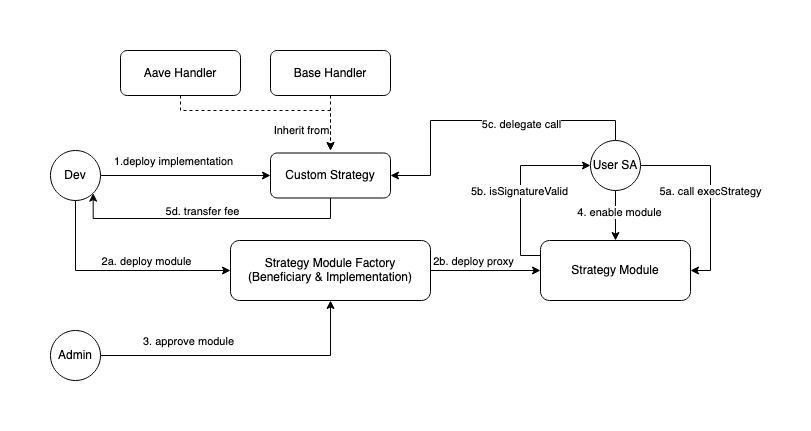
Earlier version of the draw.io export defi-strategies/Strategy Module.drawio.png (Unhosted-Wallet/unhosted-modules). Source tidied: cells renumbered, new cells last; positions are measured from the earlier drawing's top-left corner, leaving out a move shared by most shapes. Source of this version:
```xml
<mxGraphModel>
  <root>
    <mxCell id="0" />
    <mxCell id="1" parent="0" />
    <mxCell id="2" style="edgeStyle=orthogonalEdgeStyle;rounded=0;jettySize=auto;html=1;entryX=0;entryY=0.5;entryDx=0;entryDy=0;" parent="1" edge="1" source="6" target="9">
      <mxGeometry relative="1" as="geometry" />
    </mxCell>
    <mxCell id="3" value="1.deploy implementation" style="edgeLabel;html=1;align=center;verticalAlign=middle;" parent="2" vertex="1">
      <mxGeometry x="-0.2" y="-2" relative="1" as="geometry">
        <mxPoint x="4" y="-17" as="offset" />
      </mxGeometry>
    </mxCell>
    <mxCell id="4" style="edgeStyle=orthogonalEdgeStyle;rounded=0;jettySize=auto;html=1;entryX=0;entryY=0.5;entryDx=0;entryDy=0;exitX=0.5;exitY=1;exitDx=0;exitDy=0;" parent="1" edge="1" source="6" target="17">
      <mxGeometry relative="1" as="geometry" />
    </mxCell>
    <mxCell id="5" value="&lt;div&gt;2a. deploy module&lt;/div&gt;" style="edgeLabel;html=1;align=center;verticalAlign=middle;" parent="4" vertex="1">
      <mxGeometry x="0.51" y="-2" relative="1" as="geometry">
        <mxPoint x="-30" y="-12" as="offset" />
      </mxGeometry>
    </mxCell>
    <mxCell id="6" value="Dev" style="ellipse;whiteSpace=wrap;html=1;" parent="1" vertex="1">
      <mxGeometry y="100" width="50" height="50" as="geometry" />
    </mxCell>
    <mxCell id="7" style="edgeStyle=orthogonalEdgeStyle;rounded=0;jettySize=auto;html=1;entryX=1;entryY=1;entryDx=0;entryDy=0;exitX=0.5;exitY=1;exitDx=0;exitDy=0;" parent="1" edge="1" source="9" target="6">
      <mxGeometry relative="1" as="geometry">
        <Array as="points">
          <mxPoint x="280" y="168" />
          <mxPoint x="43" y="168" />
        </Array>
      </mxGeometry>
    </mxCell>
    <mxCell id="8" value="5d. transfer fee" style="edgeLabel;html=1;align=center;verticalAlign=middle;" parent="7" vertex="1">
      <mxGeometry x="0.06" y="3" relative="1" as="geometry">
        <mxPoint x="1" y="-11" as="offset" />
      </mxGeometry>
    </mxCell>
    <mxCell id="9" value="Custom Strategy" style="rounded=1;whiteSpace=wrap;html=1;" parent="1" vertex="1">
      <mxGeometry x="220" y="102.5" width="120" height="45" as="geometry" />
    </mxCell>
    <mxCell id="10" style="edgeStyle=orthogonalEdgeStyle;rounded=0;jettySize=auto;html=1;dashed=1;" parent="1" edge="1" source="12">
      <mxGeometry relative="1" as="geometry">
        <mxPoint x="280" y="100" as="targetPoint" />
      </mxGeometry>
    </mxCell>
    <mxCell id="11" value="Inherit from" style="edgeLabel;html=1;align=center;verticalAlign=middle;" parent="10" vertex="1">
      <mxGeometry x="0.01" y="5" relative="1" as="geometry">
        <mxPoint x="-35" y="7" as="offset" />
      </mxGeometry>
    </mxCell>
    <mxCell id="12" value="Base Handler" style="rounded=1;whiteSpace=wrap;html=1;" parent="1" vertex="1">
      <mxGeometry x="220" width="120" height="45" as="geometry" />
    </mxCell>
    <mxCell id="13" style="edgeStyle=orthogonalEdgeStyle;rounded=0;jettySize=auto;html=1;dashed=1;" parent="1" edge="1" source="14">
      <mxGeometry relative="1" as="geometry">
        <mxPoint x="280" y="100" as="targetPoint" />
        <Array as="points">
          <mxPoint x="130" y="60" />
          <mxPoint x="280" y="60" />
        </Array>
      </mxGeometry>
    </mxCell>
    <mxCell id="14" value="Aave Handler" style="rounded=1;whiteSpace=wrap;html=1;" parent="1" vertex="1">
      <mxGeometry x="70" width="120" height="45" as="geometry" />
    </mxCell>
    <mxCell id="15" style="edgeStyle=orthogonalEdgeStyle;rounded=0;jettySize=auto;html=1;entryX=0;entryY=0.5;entryDx=0;entryDy=0;" parent="1" edge="1" source="17" target="30">
      <mxGeometry relative="1" as="geometry" />
    </mxCell>
    <mxCell id="16" value="2b. deploy proxy" style="edgeLabel;html=1;align=center;verticalAlign=middle;" parent="15" vertex="1">
      <mxGeometry x="-0.23" relative="1" as="geometry">
        <mxPoint y="-10" as="offset" />
      </mxGeometry>
    </mxCell>
    <mxCell id="17" value="Strategy Module Factory&lt;br&gt;(Beneficiary &amp;amp;&amp;nbsp;Implementation)" style="whiteSpace=wrap;html=1;rounded=1;" parent="1" vertex="1">
      <mxGeometry x="180" y="190" width="200" height="60" as="geometry" />
    </mxCell>
    <mxCell id="18" style="edgeStyle=orthogonalEdgeStyle;rounded=0;jettySize=auto;html=1;entryX=0.5;entryY=1;entryDx=0;entryDy=0;" parent="1" edge="1" source="20" target="17">
      <mxGeometry relative="1" as="geometry" />
    </mxCell>
    <mxCell id="19" value="3. approve module" style="edgeLabel;html=1;align=center;verticalAlign=middle;" parent="18" vertex="1">
      <mxGeometry x="-0.36" y="-4" relative="1" as="geometry">
        <mxPoint x="-4" y="-19" as="offset" />
      </mxGeometry>
    </mxCell>
    <mxCell id="20" value="Admin" style="ellipse;whiteSpace=wrap;html=1;" parent="1" vertex="1">
      <mxGeometry y="280" width="50" height="50" as="geometry" />
    </mxCell>
    <mxCell id="21" style="edgeStyle=orthogonalEdgeStyle;rounded=0;jettySize=auto;html=1;entryX=0.5;entryY=0;entryDx=0;entryDy=0;" parent="1" edge="1" source="27" target="30">
      <mxGeometry relative="1" as="geometry" />
    </mxCell>
    <mxCell id="22" value="4. enable module" style="edgeLabel;html=1;align=center;verticalAlign=middle;" parent="21" vertex="1">
      <mxGeometry x="-0.16" y="3" relative="1" as="geometry" />
    </mxCell>
    <mxCell id="23" style="edgeStyle=orthogonalEdgeStyle;rounded=0;jettySize=auto;html=1;entryX=1;entryY=0.5;entryDx=0;entryDy=0;exitX=1;exitY=0.5;exitDx=0;exitDy=0;" parent="1" edge="1" source="27" target="30">
      <mxGeometry relative="1" as="geometry" />
    </mxCell>
    <mxCell id="24" value="5a. call execStrategy" style="edgeLabel;html=1;align=center;verticalAlign=middle;" parent="23" vertex="1">
      <mxGeometry x="0.06" y="-1" relative="1" as="geometry">
        <mxPoint y="-8" as="offset" />
      </mxGeometry>
    </mxCell>
    <mxCell id="25" style="edgeStyle=orthogonalEdgeStyle;rounded=0;jettySize=auto;html=1;entryX=1;entryY=0.5;entryDx=0;entryDy=0;exitX=0.5;exitY=0;exitDx=0;exitDy=0;" parent="1" edge="1" source="27" target="9">
      <mxGeometry relative="1" as="geometry">
        <Array as="points">
          <mxPoint x="565" y="70" />
          <mxPoint x="380" y="70" />
          <mxPoint x="380" y="125" />
        </Array>
      </mxGeometry>
    </mxCell>
    <mxCell id="26" value="5c. delegate call" style="edgeLabel;html=1;align=center;verticalAlign=middle;" parent="25" vertex="1">
      <mxGeometry x="-0.38" y="3" relative="1" as="geometry">
        <mxPoint x="-22" as="offset" />
      </mxGeometry>
    </mxCell>
    <mxCell id="27" value="User SA" style="ellipse;whiteSpace=wrap;html=1;" parent="1" vertex="1">
      <mxGeometry x="540" y="90" width="50" height="50" as="geometry" />
    </mxCell>
    <mxCell id="28" style="edgeStyle=orthogonalEdgeStyle;rounded=0;jettySize=auto;html=1;entryX=0;entryY=0.5;entryDx=0;entryDy=0;exitX=0;exitY=0.25;exitDx=0;exitDy=0;" parent="1" edge="1" source="30" target="27">
      <mxGeometry relative="1" as="geometry" />
    </mxCell>
    <mxCell id="29" value="5b. isSignatureValid" style="edgeLabel;html=1;align=center;verticalAlign=middle;" parent="28" vertex="1">
      <mxGeometry x="-0.19" y="2" relative="1" as="geometry">
        <mxPoint y="-12" as="offset" />
      </mxGeometry>
    </mxCell>
    <mxCell id="30" value="Strategy Module" style="whiteSpace=wrap;html=1;rounded=1;" parent="1" vertex="1">
      <mxGeometry x="490" y="190" width="150" height="60" as="geometry" />
    </mxCell>
  </root>
</mxGraphModel>
```
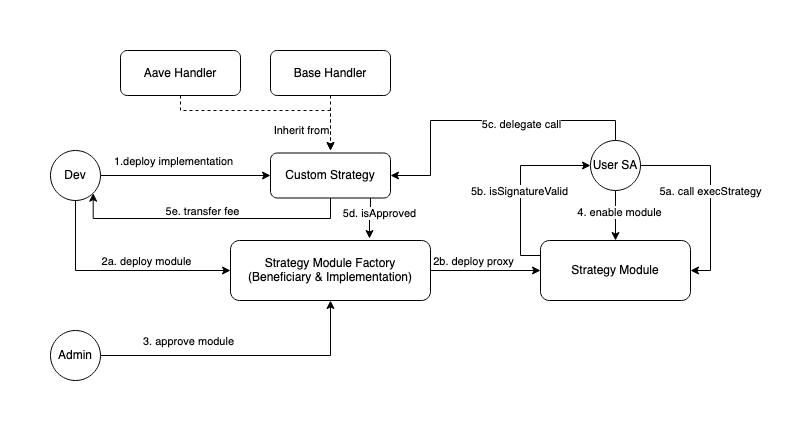
The same diagram one commit later.

What changed in the source:
```diff
@@ -29,11 +29,19 @@
         </Array>
       </mxGeometry>
     </mxCell>
-    <mxCell id="8" value="5d. transfer fee" style="edgeLabel;html=1;align=center;verticalAlign=middle;" parent="7" vertex="1">
+    <mxCell id="8" value="5e. transfer fee" style="edgeLabel;html=1;align=center;verticalAlign=middle;" parent="7" vertex="1">
       <mxGeometry x="0.06" y="3" relative="1" as="geometry">
         <mxPoint x="1" y="-11" as="offset" />
       </mxGeometry>
     </mxCell>
+    <mxCell id="31" style="edgeStyle=orthogonalEdgeStyle;rounded=0;jettySize=auto;html=1;entryX=0.695;entryY=-0.033;entryDx=0;entryDy=0;exitX=0.833;exitY=0.989;exitDx=0;exitDy=0;exitPerimeter=0;entryPerimeter=0;" parent="1" edge="1" source="9" target="17">
+      <mxGeometry relative="1" as="geometry" />
+    </mxCell>
+    <mxCell id="32" value="5d. isApproved" style="edgeLabel;html=1;align=center;verticalAlign=middle;" parent="31" vertex="1">
+      <mxGeometry x="-0.27" relative="1" as="geometry">
+        <mxPoint x="9" as="offset" />
+      </mxGeometry>
+    </mxCell>
     <mxCell id="9" value="Custom Strategy" style="rounded=1;whiteSpace=wrap;html=1;" parent="1" vertex="1">
       <mxGeometry x="220" y="102.5" width="120" height="45" as="geometry" />
     </mxCell>
```
